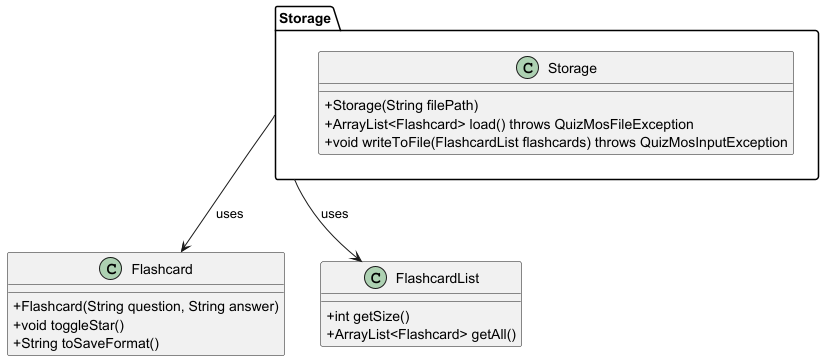
Before: docs/images/StorageComponent_ClassDiagram.png, a diagram exported from PlantUML (ashutoshalung/tp).
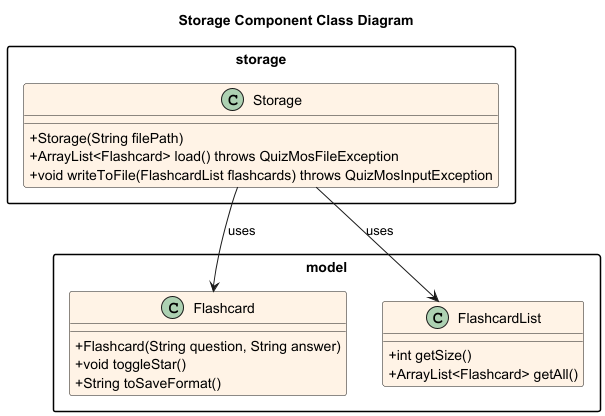
After the change.

The edit, as a diff of the source:
```diff
@@ -1,19 +1,25 @@
-@startuml
+@startuml StorageComponent_ClassDiagram
+
+title Storage Component Class Diagram
+
 skinparam classAttributeIconSize 0
-skinparam classStyle rectangle
+skinparam classBackgroundColor #FFF3E6
+skinparam packageStyle rectangle
+skinparam shadowing false
 
-package "Storage" {
-    class Storage {
-      +Storage(String filePath)
-      +ArrayList<Flashcard> load() throws QuizMosFileException
-      +void writeToFile(FlashcardList flashcards) throws QuizMosInputException
-    }
+package "storage" {
+class Storage {
++Storage(String filePath)
++ArrayList<Flashcard> load() throws QuizMosFileException
++void writeToFile(FlashcardList flashcards) throws QuizMosInputException
+}
 }
 
+package "model" {
 class Flashcard {
-  +Flashcard(String question, String answer)
-  +void toggleStar()
-  +String toSaveFormat()
++Flashcard(String question, String answer)
++void toggleStar()
++String toSaveFormat()
 }
 
 class FlashcardList {
@@ -21,6 +27,9 @@
   +ArrayList<Flashcard> getAll()
 }
 
+}
+
 Storage --> Flashcard : uses
 Storage --> FlashcardList : uses
+
 @enduml
```
